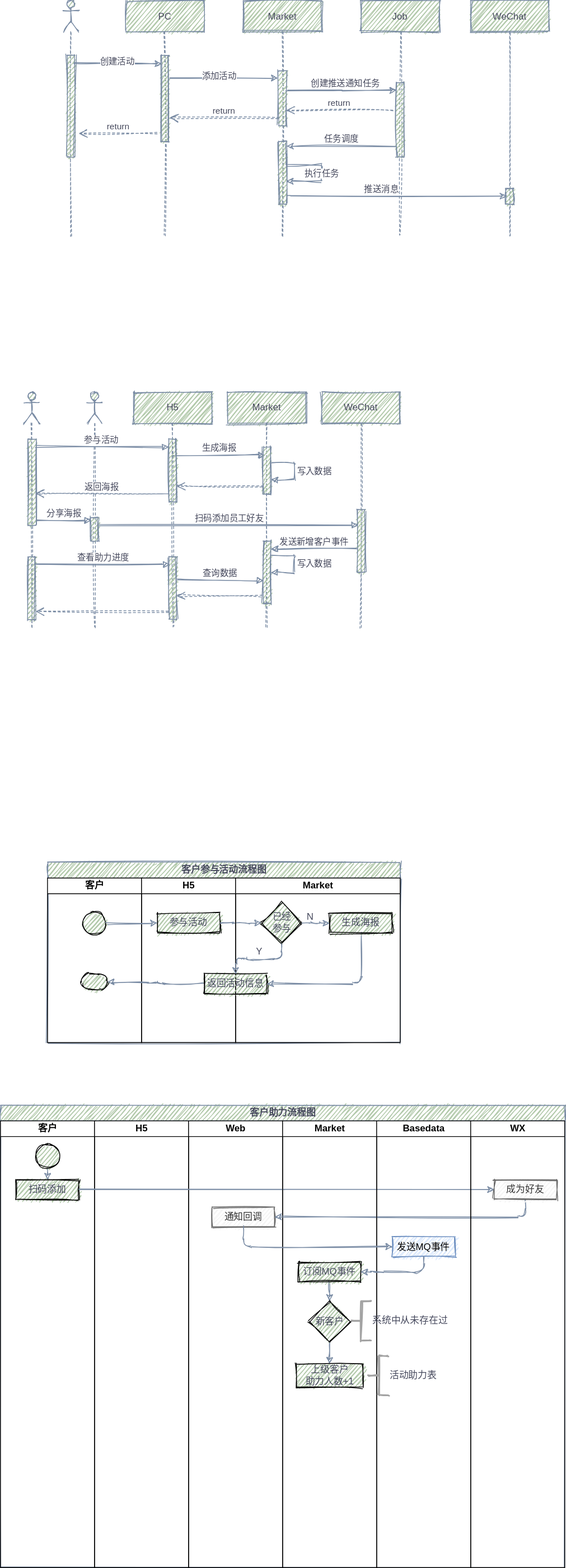
Earlier version of the draw.io export Fission Activity.svg (jingwux/diagrams). Source tidied: cells renumbered, new cells last; positions are measured from the earlier drawing's top-left corner, leaving out a move shared by most shapes.
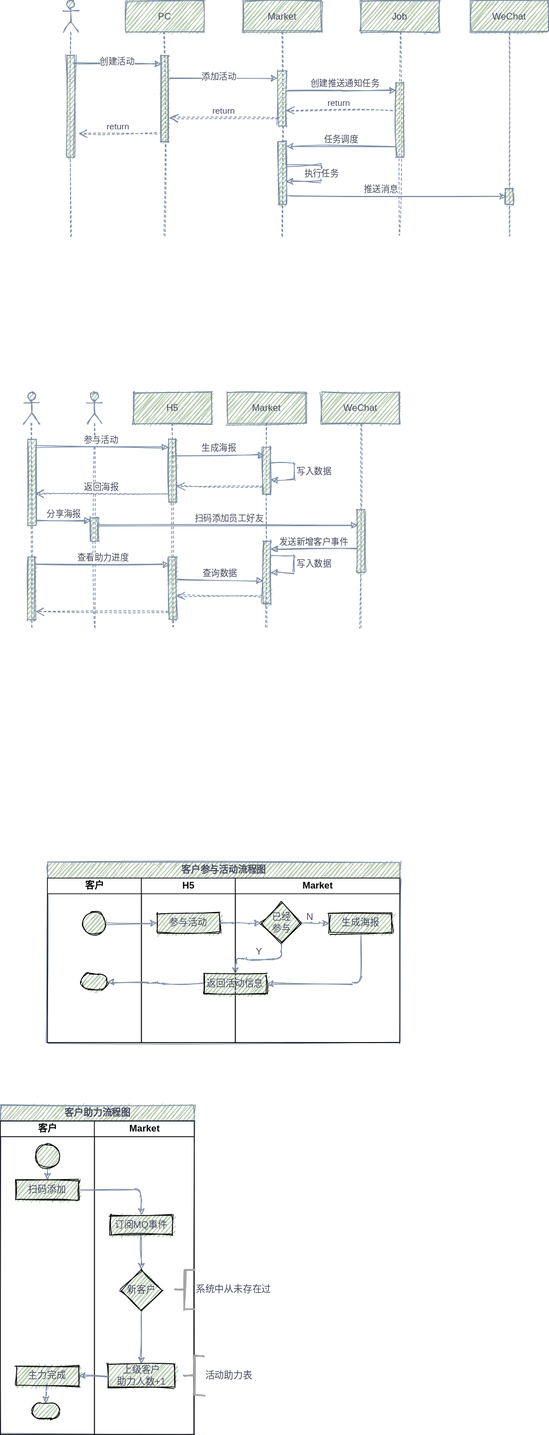
The same file after the commit.

What changed in the source:
```diff
@@ -272,10 +272,10 @@
       <mxGeometry x="85" y="40" width="20" height="20" as="geometry" />
     </mxCell>
     <mxCell id="71" value="客户助力流程图" style="swimlane;html=1;startSize=20;rounded=0;sketch=1;fontColor=#46495D;strokeColor=#788AA3;strokeWidth=1;fillColor=#B2C9AB;" parent="1" vertex="1">
-      <mxGeometry y="1410" width="720" height="590" as="geometry" />
+      <mxGeometry y="1410" width="247.5" height="420" as="geometry" />
     </mxCell>
     <mxCell id="72" value="客户" style="swimlane;html=1;startSize=20;" parent="71" vertex="1">
-      <mxGeometry y="20" width="120" height="570" as="geometry" />
+      <mxGeometry y="20" width="120" height="400" as="geometry" />
     </mxCell>
     <mxCell id="73" style="edgeStyle=orthogonalEdgeStyle;curved=0;rounded=1;sketch=1;jettySize=auto;html=1;exitX=0.5;exitY=1;exitDx=0;exitDy=0;exitPerimeter=0;entryX=0.5;entryY=0;entryDx=0;entryDy=0;fontColor=#46495D;strokeColor=#788AA3;fillColor=#B2C9AB;" parent="72" edge="1" source="74" target="75">
       <mxGeometry relative="1" as="geometry" />
@@ -286,62 +286,44 @@
     <mxCell id="75" value="扫码添加" style="whiteSpace=wrap;html=1;rounded=0;fontColor=#46495D;strokeWidth=1;fillColor=#B2C9AB;sketch=1;" parent="72" vertex="1">
       <mxGeometry x="20" y="75" width="80" height="25" as="geometry" />
     </mxCell>
-    <mxCell id="76" value="H5" style="swimlane;html=1;startSize=20;" parent="71" vertex="1">
-      <mxGeometry x="120" y="20" width="120" height="570" as="geometry" />
-    </mxCell>
-    <mxCell id="77" value="Web" style="swimlane;html=1;startSize=20;" parent="71" vertex="1">
-      <mxGeometry x="240" y="20" width="120" height="570" as="geometry" />
-    </mxCell>
-    <mxCell id="78" value="通知回调" style="whiteSpace=wrap;html=1;rounded=0;fontColor=#333333;strokeWidth=1;fillColor=#f5f5f5;sketch=1;strokeColor=#666666;" parent="77" vertex="1">
-      <mxGeometry x="30" y="110" width="80" height="25" as="geometry" />
-    </mxCell>
-    <mxCell id="79" style="edgeStyle=orthogonalEdgeStyle;curved=0;rounded=1;sketch=1;jettySize=auto;html=1;exitX=1;exitY=0.5;exitDx=0;exitDy=0;entryX=0;entryY=0.5;entryDx=0;entryDy=0;fontColor=#46495D;strokeColor=#788AA3;fillColor=#B2C9AB;" parent="71" edge="1" source="75" target="91">
-      <mxGeometry relative="1" as="geometry" />
-    </mxCell>
+    <mxCell id="95" style="edgeStyle=orthogonalEdgeStyle;curved=0;rounded=1;sketch=1;jettySize=auto;html=1;exitX=0.5;exitY=1;exitDx=0;exitDy=0;entryX=0.5;entryY=0;entryDx=0;entryDy=0;entryPerimeter=0;fontColor=#46495D;strokeColor=#788AA3;fillColor=#B2C9AB;" parent="72" edge="1" source="96" target="97">
+      <mxGeometry relative="1" as="geometry" />
+    </mxCell>
+    <mxCell id="96" value="主力完成" style="whiteSpace=wrap;html=1;rounded=0;fontColor=#46495D;strokeWidth=1;fillColor=#B2C9AB;sketch=1;" parent="72" vertex="1">
+      <mxGeometry x="20" y="312.5" width="80" height="25" as="geometry" />
+    </mxCell>
+    <mxCell id="97" style="strokeWidth=1;html=1;shape=mxgraph.flowchart.terminator;whiteSpace=wrap;rounded=0;sketch=1;fontColor=#46495D;fillColor=#B2C9AB;" parent="72" vertex="1">
+      <mxGeometry x="41.7" y="360" width="33.3" height="20" as="geometry" />
+    </mxCell>
     <mxCell id="80" value="Market" style="swimlane;html=1;startSize=20;" parent="71" vertex="1">
-      <mxGeometry x="360" y="20" width="120" height="570" as="geometry" />
+      <mxGeometry x="120" y="20" width="127.5" height="400" as="geometry" />
     </mxCell>
     <mxCell id="81" style="edgeStyle=orthogonalEdgeStyle;curved=0;rounded=1;sketch=1;jettySize=auto;html=1;exitX=0.5;exitY=1;exitDx=0;exitDy=0;entryX=0.5;entryY=0;entryDx=0;entryDy=0;fontColor=#46495D;strokeColor=#788AA3;fillColor=#B2C9AB;" parent="80" edge="1" source="82" target="84">
       <mxGeometry relative="1" as="geometry" />
     </mxCell>
     <mxCell id="82" value="订阅MQ事件" style="whiteSpace=wrap;html=1;rounded=0;fontColor=#46495D;strokeWidth=1;fillColor=#B2C9AB;sketch=1;" parent="80" vertex="1">
-      <mxGeometry x="20" y="180" width="80" height="25" as="geometry" />
+      <mxGeometry x="20" y="120" width="80" height="25" as="geometry" />
     </mxCell>
     <mxCell id="83" style="edgeStyle=orthogonalEdgeStyle;curved=0;rounded=1;sketch=1;jettySize=auto;html=1;exitX=0.5;exitY=1;exitDx=0;exitDy=0;entryX=0.5;entryY=0;entryDx=0;entryDy=0;fontColor=#46495D;strokeColor=#788AA3;fillColor=#B2C9AB;" parent="80" edge="1" source="84" target="85">
       <mxGeometry relative="1" as="geometry" />
     </mxCell>
     <mxCell id="84" value="新客户" style="rhombus;whiteSpace=wrap;html=1;rounded=0;fontColor=#46495D;strokeWidth=1;fillColor=#B2C9AB;sketch=1;" parent="80" vertex="1">
-      <mxGeometry x="33.8" y="230" width="52.5" height="52.5" as="geometry" />
+      <mxGeometry x="33.8" y="190" width="52.5" height="52.5" as="geometry" />
     </mxCell>
     <mxCell id="85" value="上级客户&lt;br&gt;助力人数+1" style="whiteSpace=wrap;html=1;rounded=0;fontColor=#46495D;strokeWidth=1;fillColor=#B2C9AB;sketch=1;" parent="80" vertex="1">
       <mxGeometry x="17.5" y="310" width="85" height="30" as="geometry" />
     </mxCell>
-    <mxCell id="86" style="edgeStyle=orthogonalEdgeStyle;curved=0;rounded=1;sketch=1;jettySize=auto;html=1;exitX=0.5;exitY=1;exitDx=0;exitDy=0;entryX=1;entryY=0.5;entryDx=0;entryDy=0;fontColor=#46495D;strokeColor=#788AA3;fillColor=#B2C9AB;" parent="71" edge="1" source="91" target="78">
-      <mxGeometry relative="1" as="geometry" />
-    </mxCell>
-    <mxCell id="87" value="Basedata" style="swimlane;html=1;startSize=20;" parent="71" vertex="1">
-      <mxGeometry x="480" y="20" width="120" height="570" as="geometry" />
-    </mxCell>
-    <mxCell id="88" value="发送MQ事件" style="whiteSpace=wrap;html=1;rounded=0;strokeWidth=1;sketch=1;fillColor=#dae8fc;strokeColor=#6c8ebf;" parent="87" vertex="1">
-      <mxGeometry x="20" y="148" width="80" height="25" as="geometry" />
-    </mxCell>
+    <mxCell id="93" style="edgeStyle=orthogonalEdgeStyle;curved=0;rounded=1;sketch=1;jettySize=auto;html=1;exitX=1;exitY=0.5;exitDx=0;exitDy=0;entryX=0.5;entryY=0;entryDx=0;entryDy=0;fontColor=#46495D;strokeColor=#788AA3;fillColor=#B2C9AB;" parent="71" edge="1" source="75" target="82">
+      <mxGeometry relative="1" as="geometry" />
+    </mxCell>
+    <mxCell id="98" style="edgeStyle=orthogonalEdgeStyle;curved=0;rounded=1;sketch=1;jettySize=auto;html=1;exitX=0;exitY=0.5;exitDx=0;exitDy=0;entryX=1;entryY=0.5;entryDx=0;entryDy=0;fontColor=#46495D;strokeColor=#788AA3;fillColor=#B2C9AB;" parent="71" edge="1" source="85" target="96">
+      <mxGeometry relative="1" as="geometry" />
+    </mxCell>
-    <mxCell id="89" value="系统中从未存在过&lt;br&gt;" style="strokeWidth=2;html=1;shape=mxgraph.flowchart.annotation_2;align=left;labelPosition=right;rounded=0;sketch=1;fontColor=#46495D;fillColor=#B2C9AB;strokeColor=#A3A3A3;" parent="87" vertex="1">
-      <mxGeometry x="-32.5" y="230" width="25" height="50" as="geometry" />
+    <mxCell id="89" value="系统中从未存在过&lt;br&gt;" style="strokeWidth=2;html=1;shape=mxgraph.flowchart.annotation_2;align=left;labelPosition=right;rounded=0;sketch=1;fontColor=#46495D;fillColor=#B2C9AB;strokeColor=#A3A3A3;" parent="1" vertex="1">
+      <mxGeometry x="222.5" y="1620" width="25" height="50" as="geometry" />
     </mxCell>
-    <mxCell id="90" value="WX" style="swimlane;html=1;startSize=20;" parent="71" vertex="1">
-      <mxGeometry x="600" y="20" width="120" height="570" as="geometry" />
-    </mxCell>
-    <mxCell id="91" value="成为好友" style="whiteSpace=wrap;html=1;rounded=0;fontColor=#333333;strokeWidth=1;fillColor=#f5f5f5;sketch=1;strokeColor=#666666;" parent="90" vertex="1">
-      <mxGeometry x="30" y="75" width="80" height="25" as="geometry" />
-    </mxCell>
-    <mxCell id="92" style="edgeStyle=orthogonalEdgeStyle;curved=0;rounded=1;sketch=1;jettySize=auto;html=1;exitX=0.5;exitY=1;exitDx=0;exitDy=0;entryX=0;entryY=0.5;entryDx=0;entryDy=0;fontColor=#46495D;strokeColor=#788AA3;fillColor=#B2C9AB;" parent="71" edge="1" source="78" target="88">
-      <mxGeometry relative="1" as="geometry" />
-    </mxCell>
-    <mxCell id="93" style="edgeStyle=orthogonalEdgeStyle;curved=0;rounded=1;sketch=1;jettySize=auto;html=1;exitX=0.5;exitY=1;exitDx=0;exitDy=0;entryX=1;entryY=0.5;entryDx=0;entryDy=0;fontColor=#46495D;strokeColor=#788AA3;fillColor=#B2C9AB;" parent="71" edge="1" source="88" target="82">
-      <mxGeometry relative="1" as="geometry" />
-    </mxCell>
     <mxCell id="94" value="活动助力表" style="strokeWidth=2;html=1;shape=mxgraph.flowchart.annotation_2;align=left;labelPosition=right;rounded=0;sketch=1;fontColor=#46495D;fillColor=#B2C9AB;strokeColor=#A3A3A3;" parent="1" vertex="1">
-      <mxGeometry x="470" y="1730" width="25" height="50" as="geometry" />
+      <mxGeometry x="235" y="1730" width="25" height="50" as="geometry" />
     </mxCell>
   </root>
 </mxGraphModel>
```
